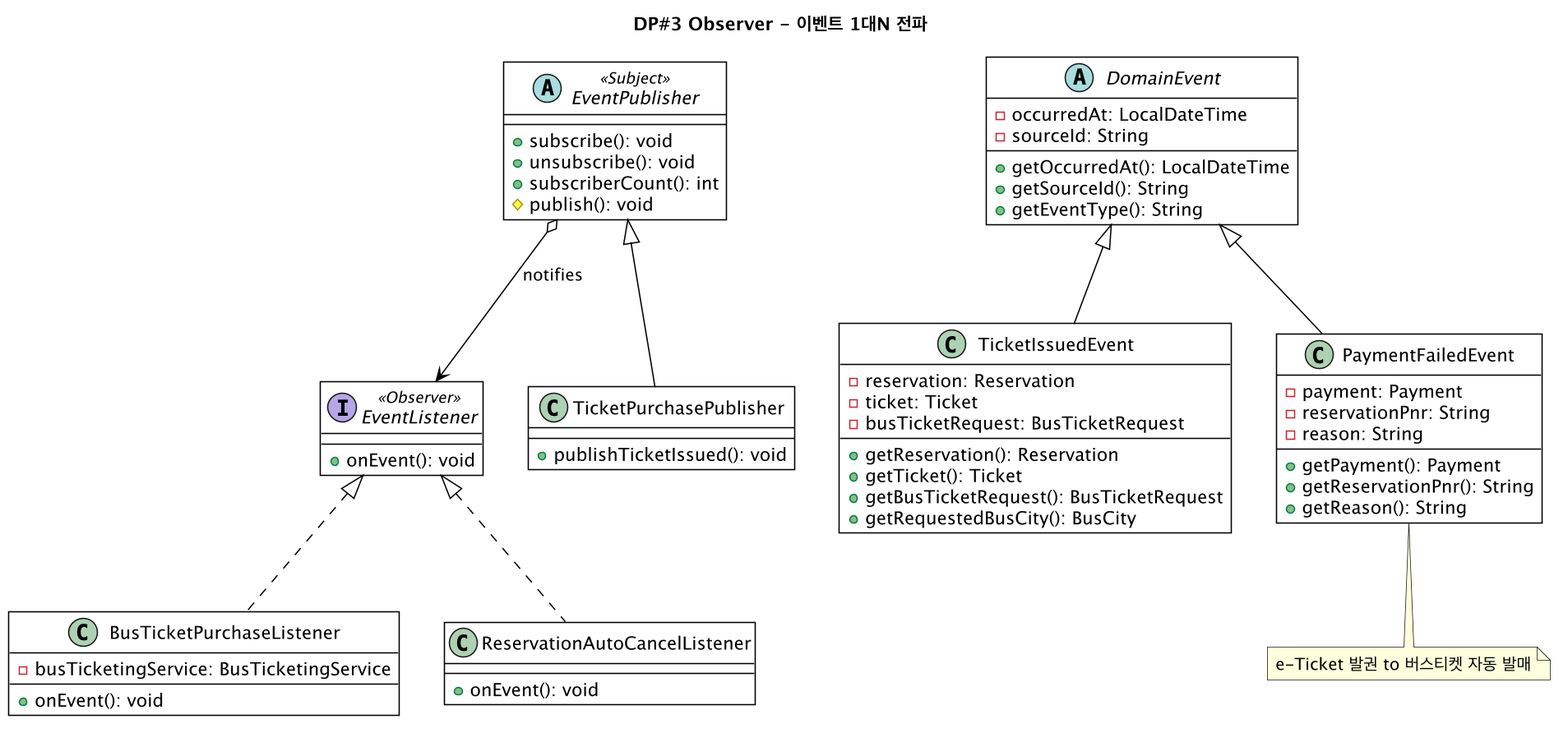
Before: docs/diagrams/iter4-puml/dp3-observer.png, a diagram exported from PlantUML (gimjungwook/KoreanAirReservationDomain).
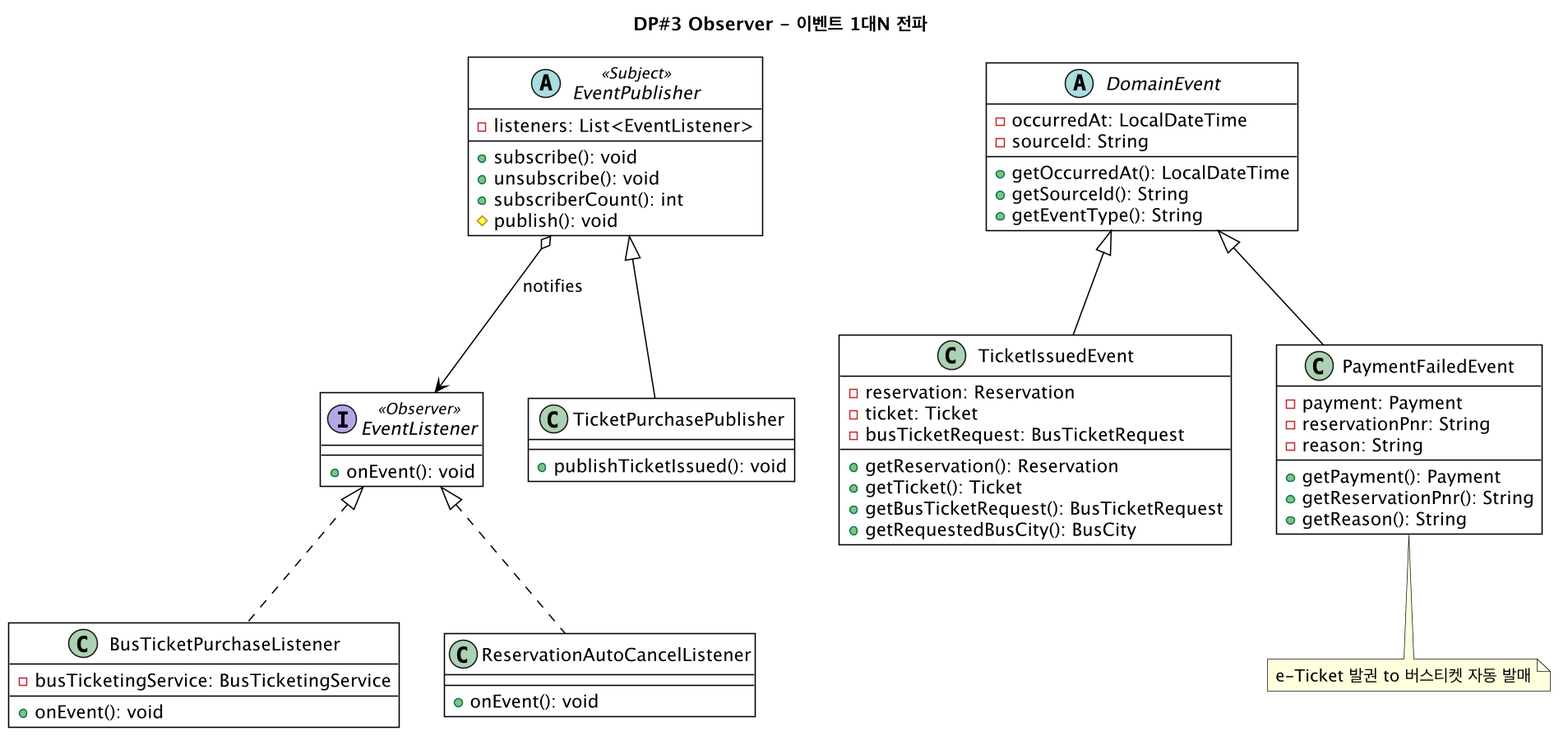
The same file after the commit.

The edit, as a diff of the source:
```diff
@@ -2,6 +2,8 @@
 !include _style.puml
 title DP#3 Observer - 이벤트 1대N 전파
 abstract class EventPublisher <<Subject>> {
+  -listeners: List<EventListener>
+  --
   +subscribe(): void
   +unsubscribe(): void
   +subscriberCount(): int
```
